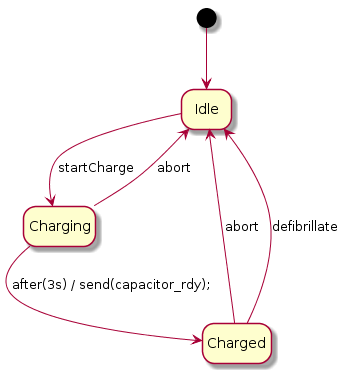
Above: capacitor_MAE.png in Pyponou/defibrillator (PlantUML), before the change.
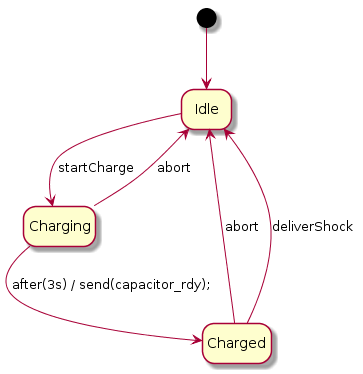
Later version of the same file.

Commit message:
Avoid association between capacitor and User

Change to the diagram source:
```diff
@@ -5,5 +5,5 @@
 Charging --> Charged : after(3s) / send(capacitor_rdy);
 Charging --> Idle : abort
 Charged --> Idle : abort
-Charged --> Idle : defibrillate
+Charged --> Idle : deliverShock
 @enduml
```
